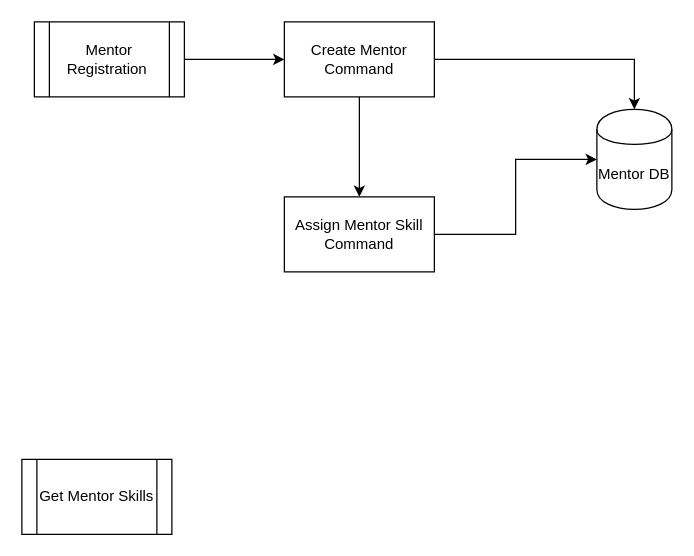
marilag/talks keeps this draw.io diagram as page "CQRS" (3 of 6) of cloudskwela2021/drawings.drawio. Above is the earlier version. Source tidied: cells renumbered, new cells numbered last; positions are measured from the earlier drawing's top-left corner, leaving out a move shared by most shapes. Both pictures are drawn from the tidied source at 125%, with x=0, y=0 at pixel (21, 21).
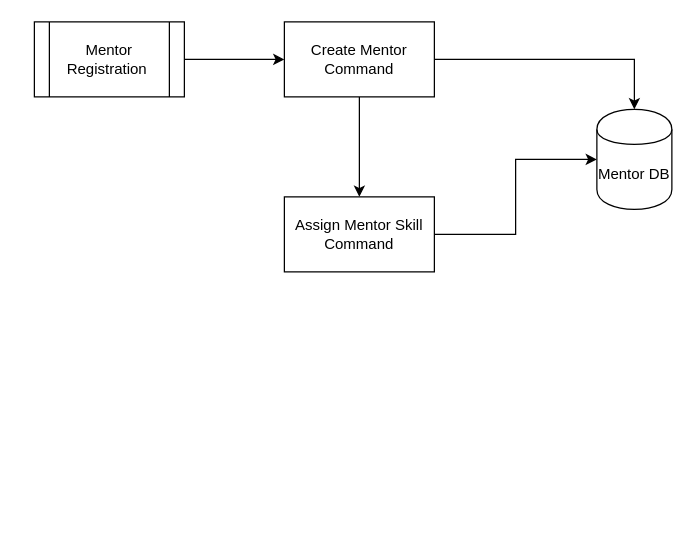
The same page after the edit.

Change to the diagram source:
```diff
@@
 <mxGraphModel>
   <root>
     <mxCell id="0" />
     <mxCell id="1" parent="0" />
     <mxCell id="2" style="edgeStyle=orthogonalEdgeStyle;rounded=0;jettySize=auto;html=1;" parent="1" edge="1" source="3" target="6">
       <mxGeometry relative="1" as="geometry" />
     </mxCell>
     <mxCell id="3" value="Mentor Registration&amp;nbsp;" style="shape=process;whiteSpace=wrap;html=1;backgroundOutline=1;" parent="1" vertex="1">
       <mxGeometry x="10" width="120" height="60" as="geometry" />
     </mxCell>
     <mxCell id="4" style="edgeStyle=orthogonalEdgeStyle;rounded=0;jettySize=auto;html=1;" parent="1" edge="1" source="6" target="8">
       <mxGeometry relative="1" as="geometry" />
     </mxCell>
     <mxCell id="5" style="edgeStyle=orthogonalEdgeStyle;rounded=0;jettySize=auto;html=1;" parent="1" edge="1" source="6" target="9">
       <mxGeometry relative="1" as="geometry" />
     </mxCell>
     <mxCell id="6" value="Create Mentor Command" style="whiteSpace=wrap;html=1;" parent="1" vertex="1">
       <mxGeometry x="210" width="120" height="60" as="geometry" />
     </mxCell>
     <mxCell id="7" style="edgeStyle=orthogonalEdgeStyle;rounded=0;jettySize=auto;html=1;" parent="1" edge="1" source="8" target="9">
       <mxGeometry relative="1" as="geometry" />
     </mxCell>
     <mxCell id="8" value="Assign Mentor Skill Command" style="whiteSpace=wrap;html=1;" parent="1" vertex="1">
       <mxGeometry x="210" y="140" width="120" height="60" as="geometry" />
     </mxCell>
     <mxCell id="9" value="Mentor DB" style="shape=cylinder;whiteSpace=wrap;html=1;boundedLbl=1;backgroundOutline=1;" parent="1" vertex="1">
       <mxGeometry x="460" y="70" width="60" height="80" as="geometry" />
     </mxCell>
-    <mxCell id="10" value="Get Mentor Skills" style="shape=process;whiteSpace=wrap;html=1;backgroundOutline=1;" parent="1" vertex="1">
-      <mxGeometry y="350" width="120" height="60" as="geometry" />
-    </mxCell>
   </root>
 </mxGraphModel>
```
